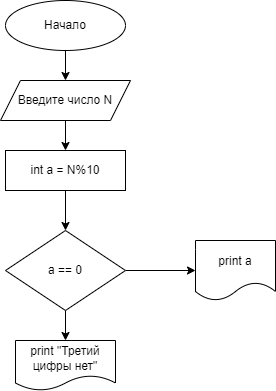
Above: Homework_002/diagram.drawio.png in GnezdilovaVO/Seminar-3.2.Homework (draw.io), before the change. Source tidied: cells renumbered, new cells last; positions are measured from the earlier drawing's top-left corner, leaving out a move shared by most shapes.
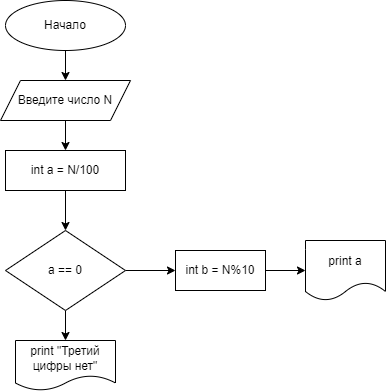
After the commit.

Commit message:
Раздила задачу 2 на подзадачи

Diff of the diagram source:
```diff
@@ -17,23 +17,29 @@
     <mxCell id="6" style="edgeStyle=none;html=1;" parent="1" edge="1" source="8" target="11">
       <mxGeometry relative="1" as="geometry" />
     </mxCell>
-    <mxCell id="7" style="edgeStyle=none;html=1;" parent="1" edge="1" source="8" target="12">
-      <mxGeometry relative="1" as="geometry" />
-    </mxCell>
+    <mxCell id="13" style="edgeStyle=none;html=1;" parent="1" edge="1" source="8" target="15">
+      <mxGeometry relative="1" as="geometry" />
+    </mxCell>
     <mxCell id="8" value="a == 0" style="rhombus;whiteSpace=wrap;html=1;" parent="1" vertex="1">
       <mxGeometry x="5" y="230" width="120" height="80" as="geometry" />
     </mxCell>
     <mxCell id="9" style="edgeStyle=none;html=1;" parent="1" edge="1" source="10" target="8">
       <mxGeometry relative="1" as="geometry" />
     </mxCell>
-    <mxCell id="10" value="int a = N%10" style="rounded=0;whiteSpace=wrap;html=1;" parent="1" vertex="1">
+    <mxCell id="10" value="int a = N/100" style="rounded=0;whiteSpace=wrap;html=1;" parent="1" vertex="1">
       <mxGeometry x="5" y="150" width="120" height="40" as="geometry" />
     </mxCell>
     <mxCell id="11" value="print &quot;Третий цифры нет&quot;" style="shape=document;whiteSpace=wrap;html=1;boundedLbl=1;" parent="1" vertex="1">
       <mxGeometry x="15" y="340" width="100" height="50" as="geometry" />
     </mxCell>
     <mxCell id="12" value="print a" style="shape=document;whiteSpace=wrap;html=1;boundedLbl=1;" parent="1" vertex="1">
-      <mxGeometry x="195" y="240" width="80" height="60" as="geometry" />
+      <mxGeometry x="305" y="240" width="80" height="60" as="geometry" />
     </mxCell>
+    <mxCell id="14" style="edgeStyle=none;html=1;" parent="1" edge="1" source="15" target="12">
+      <mxGeometry relative="1" as="geometry" />
+    </mxCell>
+    <mxCell id="15" value="int b = N%10" style="rounded=0;whiteSpace=wrap;html=1;" parent="1" vertex="1">
+      <mxGeometry x="175" y="250" width="90" height="40" as="geometry" />
+    </mxCell>
   </root>
 </mxGraphModel>
```
